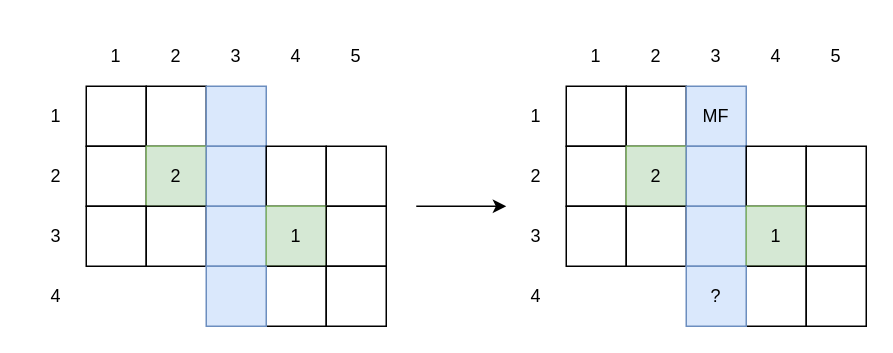
Before: page "Страница 32" (31 of 31) of docs/Черновик.drawio in xex238/Diploma_2022, a draw.io diagram. Source tidied: cells renumbered, new cells numbered last; positions are measured from the earlier drawing's top-left corner, leaving out a move shared by most shapes. Both pictures are drawn from the tidied source at 150%, with x=0, y=0 at pixel (26, 26).
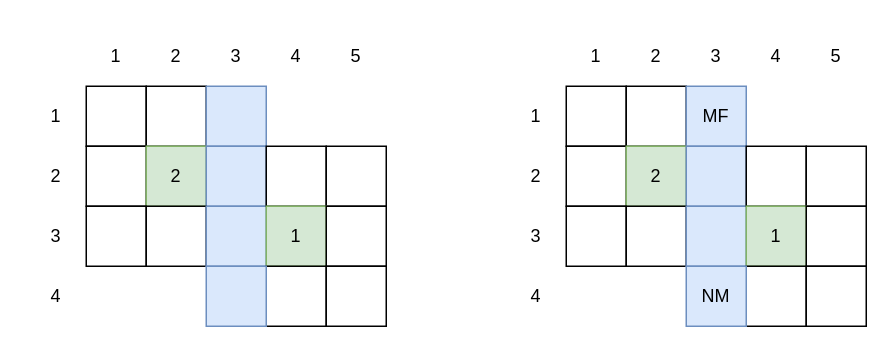
The same page after the edit.

The change refers to these unchanged cells:
```xml
<mxCell id="41" value="3" style="text;html=1;strokeColor=none;fillColor=none;align=center;verticalAlign=middle;whiteSpace=wrap;rounded=0;" parent="1" vertex="1">
  <mxGeometry x="320" y="120" width="40" height="40" as="geometry" />
</mxCell>
```

Diff of the diagram source:
```diff
@@
-    <mxCell id="48" value="?" style="rounded=0;whiteSpace=wrap;html=1;fillColor=#dae8fc;strokeColor=#6c8ebf;" parent="1" vertex="1">
-      <mxGeometry x="440" y="160" width="40" height="40" as="geometry" />
-    </mxCell>
+    <mxCell id="53" value="NM" style="rounded=0;whiteSpace=wrap;html=1;fillColor=#dae8fc;strokeColor=#6c8ebf;" parent="1" vertex="1">
+      <mxGeometry x="440" y="160" width="40" height="40" as="geometry" />
+    </mxCell>
@@
-    <mxCell id="52" style="endArrow=classic;html=1;entryX=0;entryY=0;entryDx=0;entryDy=0;" parent="1" edge="1" target="41">
-      <mxGeometry relative="1" as="geometry">
-        <mxPoint x="260" y="120" as="sourcePoint" />
-      </mxGeometry>
-    </mxCell>
```
